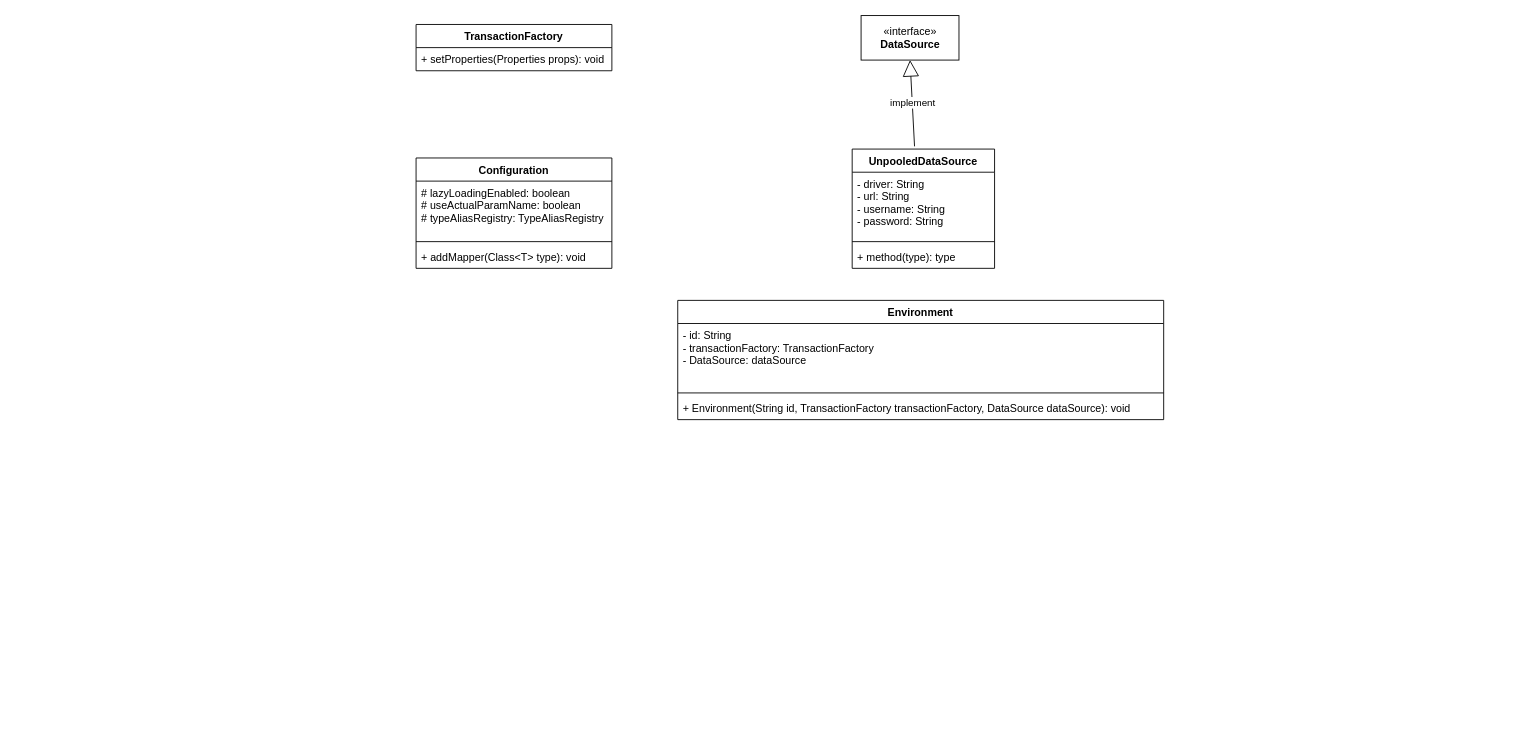
This is mybatis.drawio from Self-madeboy/-, a draw.io file, before an edit. Source tidied: cells renumbered, new cells numbered last; positions are measured from the earlier drawing's top-left corner, leaving out a move shared by most shapes. Both pictures are drawn from the tidied source at 89%, with x=0, y=0 at pixel (416, 15).
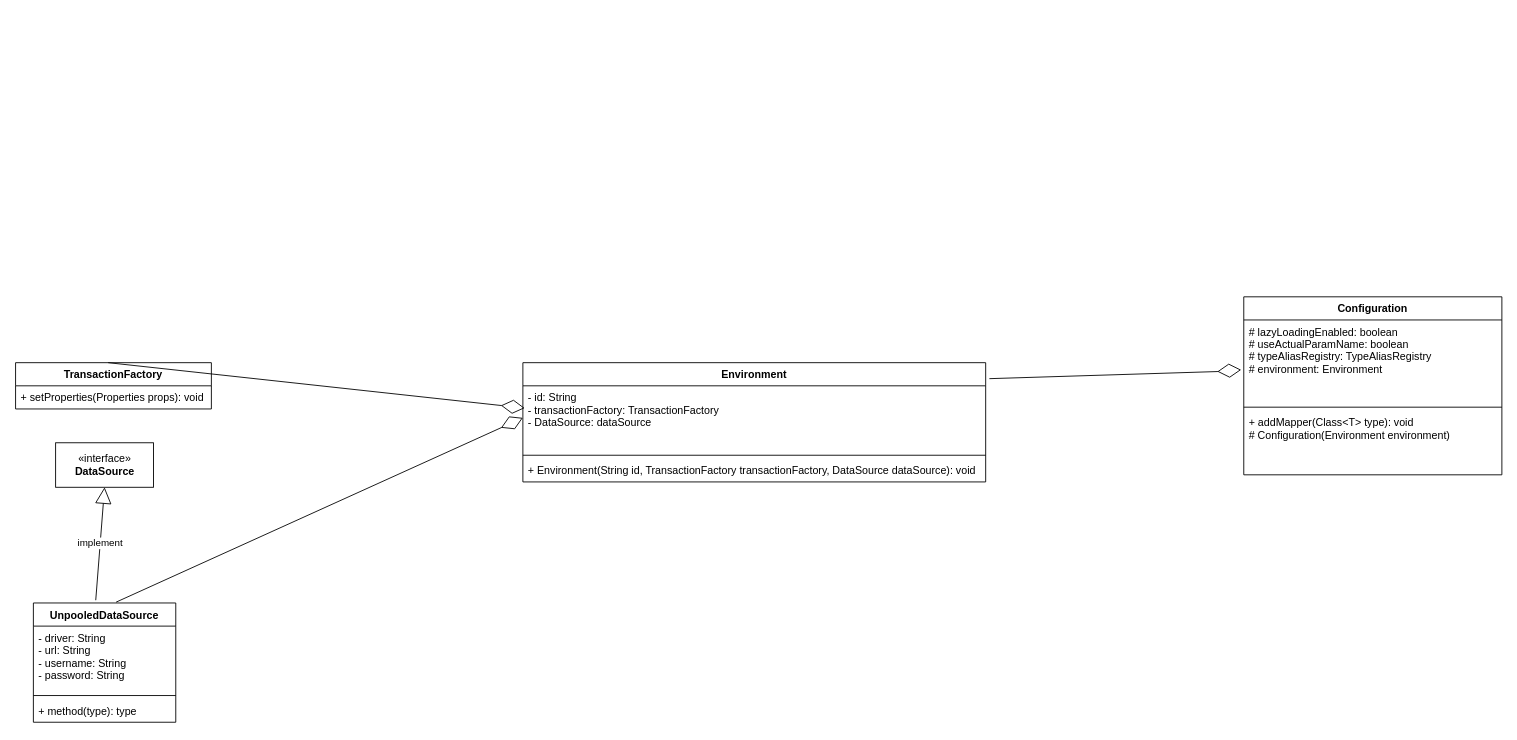
Above is the later version.

What changed in the source:
```diff
@@
     <mxCell id="2" value="TransactionFactory" style="swimlane;fontStyle=1;align=center;verticalAlign=top;horizontal=1;startSize=26;" parent="1" vertex="1">
-      <mxGeometry y="10" width="220" height="52" as="geometry" />
+      <mxGeometry x="-450" y="390" width="220" height="52" as="geometry" />
     </mxCell>
@@
     <mxCell id="4" value="UnpooledDataSource" style="swimlane;fontStyle=1;align=center;verticalAlign=top;horizontal=1;startSize=26;" parent="1" vertex="1">
-      <mxGeometry x="490" y="150" width="160" height="134" as="geometry" />
+      <mxGeometry x="-430" y="660" width="160" height="134" as="geometry" />
     </mxCell>
@@
     <mxCell id="8" value="«interface»&lt;br&gt;&lt;b&gt;DataSource&lt;/b&gt;" style="html=1;" parent="1" vertex="1">
-      <mxGeometry x="500" width="110" height="50" as="geometry" />
+      <mxGeometry x="-405" y="480" width="110" height="50" as="geometry" />
     </mxCell>
@@
     <mxCell id="10" value="Configuration" style="swimlane;fontStyle=1;align=center;verticalAlign=top;horizontal=1;startSize=26;" parent="1" vertex="1">
-      <mxGeometry y="160" width="220" height="124" as="geometry" />
+      <mxGeometry x="930" y="316" width="290" height="200" as="geometry" />
     </mxCell>
-    <mxCell id="11" value="# lazyLoadingEnabled: boolean&#10;# useActualParamName: boolean&#10;# typeAliasRegistry: TypeAliasRegistry&#10;&#10;" style="text;strokeColor=none;fillColor=none;align=left;verticalAlign=top;spacingLeft=4;spacingRight=4;overflow=hidden;points=[[0,0.5],[1,0.5]];portConstraint=eastwest;" parent="10" vertex="1">
-      <mxGeometry y="26" width="220" height="64" as="geometry" />
+    <mxCell id="11" value="# lazyLoadingEnabled: boolean&#10;# useActualParamName: boolean&#10;# typeAliasRegistry: TypeAliasRegistry&#10;# environment: Environment&#10;&#10;&#10;&#10;" style="text;strokeColor=none;fillColor=none;align=left;verticalAlign=top;spacingLeft=4;spacingRight=4;overflow=hidden;points=[[0,0.5],[1,0.5]];portConstraint=eastwest;" parent="10" vertex="1">
+      <mxGeometry y="26" width="290" height="94" as="geometry" />
     </mxCell>
     <mxCell id="12" style="line;strokeWidth=1;fillColor=none;align=left;verticalAlign=middle;spacingTop=-1;spacingLeft=3;spacingRight=3;labelPosition=right;" parent="10" vertex="1">
-      <mxGeometry y="90" width="220" height="8" as="geometry" />
+      <mxGeometry y="120" width="290" height="8" as="geometry" />
     </mxCell>
-    <mxCell id="13" value="+ addMapper(Class&lt;T&gt; type): void" style="text;strokeColor=none;fillColor=none;align=left;verticalAlign=top;spacingLeft=4;spacingRight=4;overflow=hidden;" parent="10" vertex="1">
-      <mxGeometry y="98" width="220" height="26" as="geometry" />
+    <mxCell id="13" value="+ addMapper(Class&lt;T&gt; type): void&#10;# Configuration(Environment environment)" style="text;strokeColor=none;fillColor=none;align=left;verticalAlign=top;spacingLeft=4;spacingRight=4;overflow=hidden;" parent="10" vertex="1">
+      <mxGeometry y="128" width="290" height="72" as="geometry" />
     </mxCell>
     <mxCell id="14" value="Environment" style="swimlane;fontStyle=1;align=center;verticalAlign=top;horizontal=1;startSize=26;" parent="1" vertex="1">
-      <mxGeometry x="294" y="320" width="546" height="134" as="geometry" />
+      <mxGeometry x="120" y="390" width="520" height="134" as="geometry" />
     </mxCell>
     <mxCell id="15" value="- id: String&#10;- transactionFactory: TransactionFactory&#10;- DataSource: dataSource" style="text;strokeColor=none;fillColor=none;align=left;verticalAlign=top;spacingLeft=4;spacingRight=4;overflow=hidden;points=[[0,0.5],[1,0.5]];portConstraint=eastwest;" parent="14" vertex="1">
-      <mxGeometry y="26" width="546" height="74" as="geometry" />
+      <mxGeometry y="26" width="520" height="74" as="geometry" />
     </mxCell>
     <mxCell id="16" style="line;strokeWidth=1;fillColor=none;align=left;verticalAlign=middle;spacingTop=-1;spacingLeft=3;spacingRight=3;labelPosition=right;" parent="14" vertex="1">
-      <mxGeometry y="100" width="546" height="8" as="geometry" />
+      <mxGeometry y="100" width="520" height="8" as="geometry" />
     </mxCell>
     <mxCell id="17" value="+ Environment(String id, TransactionFactory transactionFactory, DataSource dataSource): void" style="text;strokeColor=none;fillColor=none;align=left;verticalAlign=top;spacingLeft=4;spacingRight=4;overflow=hidden;" parent="14" vertex="1">
-      <mxGeometry y="108" width="546" height="26" as="geometry" />
+      <mxGeometry y="108" width="520" height="26" as="geometry" />
     </mxCell>
+    <mxCell id="18" style="endArrow=diamondThin;endFill=0;endSize=24;html=1;rounded=0;exitX=0.473;exitY=0;exitDx=0;exitDy=0;exitPerimeter=0;entryX=0.004;entryY=0.338;entryDx=0;entryDy=0;entryPerimeter=0;" parent="1" edge="1" source="2" target="15">
+      <mxGeometry relative="1" as="geometry" />
+    </mxCell>
+    <mxCell id="19" style="endArrow=diamondThin;endFill=0;endSize=24;html=1;rounded=0;exitX=0.581;exitY=-0.007;exitDx=0;exitDy=0;exitPerimeter=0;" parent="1" edge="1" source="4">
+      <mxGeometry relative="1" as="geometry">
+        <mxPoint x="120" y="452" as="targetPoint" />
+      </mxGeometry>
+    </mxCell>
+    <mxCell id="20" style="endArrow=diamondThin;endFill=0;endSize=24;html=1;rounded=0;entryX=-0.01;entryY=0.596;entryDx=0;entryDy=0;entryPerimeter=0;exitX=1.008;exitY=0.134;exitDx=0;exitDy=0;exitPerimeter=0;" parent="1" edge="1" source="14" target="11">
+      <mxGeometry relative="1" as="geometry">
+        <Array as="points">
+          <mxPoint x="900" y="400" />
+        </Array>
+      </mxGeometry>
+    </mxCell>
```
